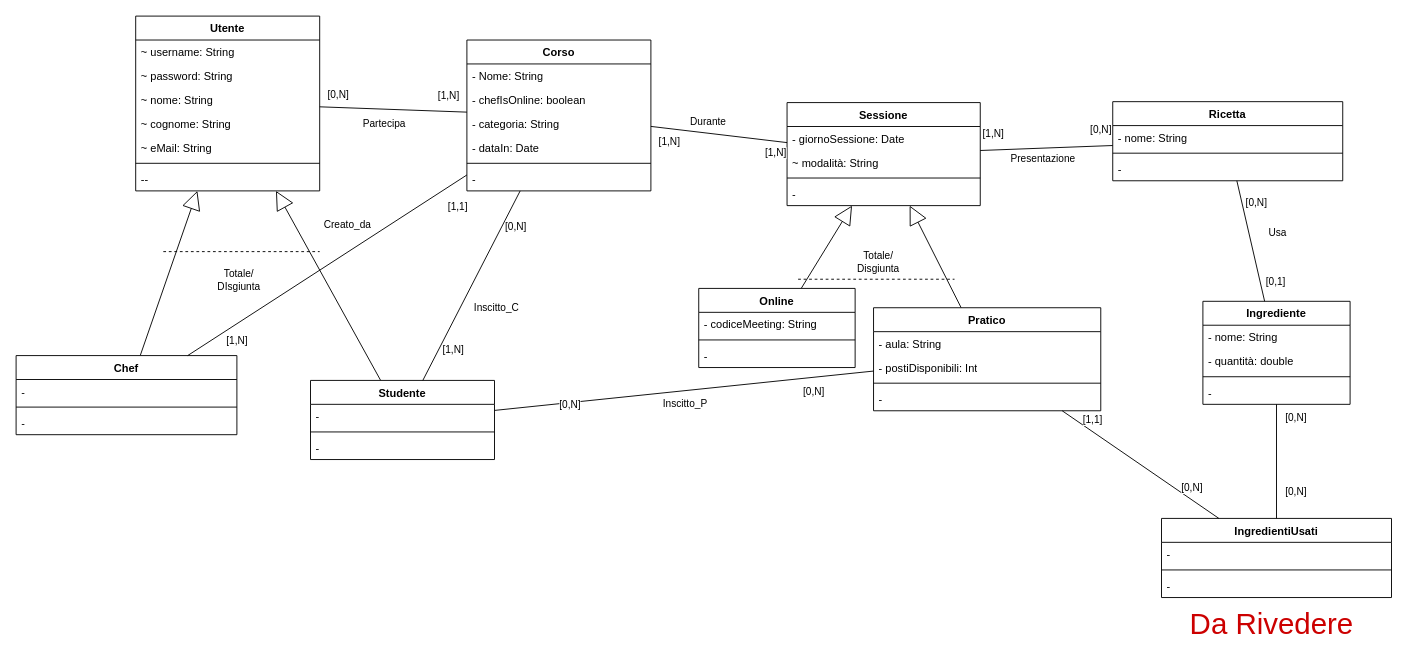
This is page "umlNonRistrutturato" (1 of 3) of bdd/uml/UML1.drawio from MetisWastaken/UninaFoodLab, a draw.io file, before an edit. Source tidied: cells renumbered, new cells numbered last; positions are measured from the earlier drawing's top-left corner, leaving out a move shared by most shapes. Both pictures are drawn from the tidied source at 92%, with x=0, y=0 at pixel (16, 16).
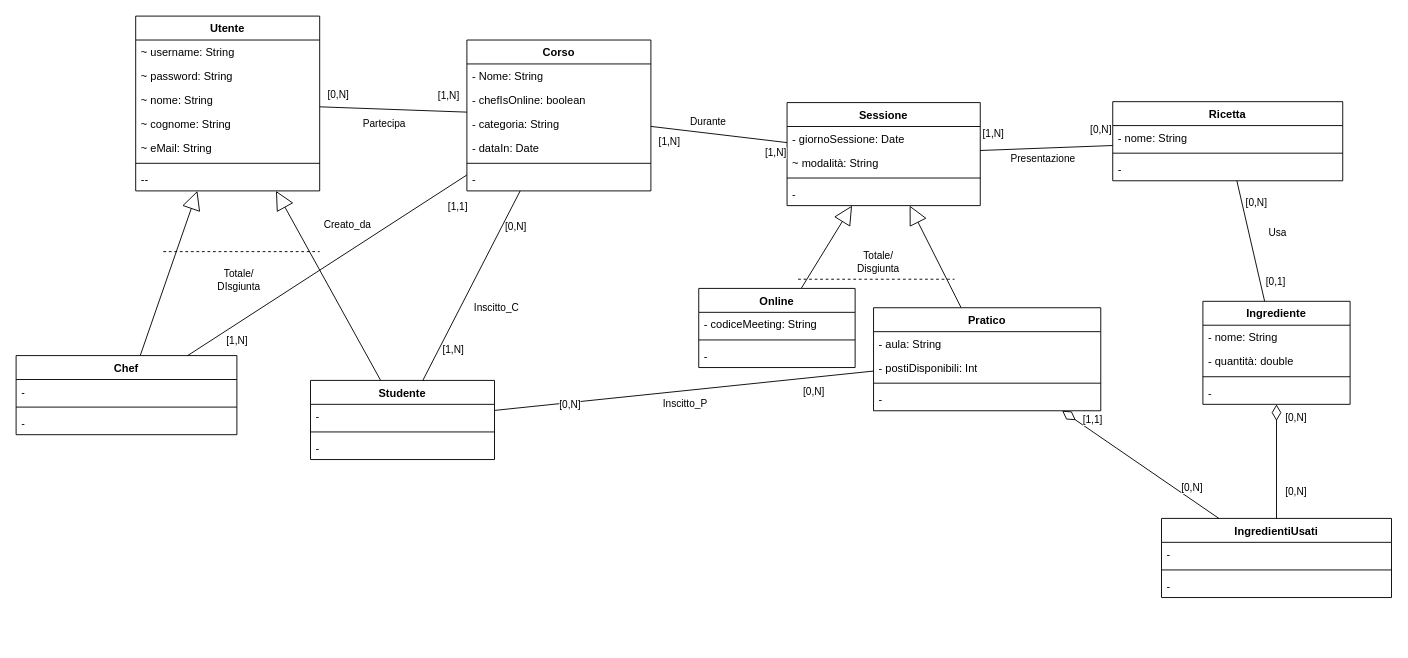
The same diagram, later.

Unchanged cells that the change refers to:
```xml
<mxCell id="37" value="Ingrediente" style="swimlane;align=center;verticalAlign=top;horizontal=1;startSize=26;whiteSpace=wrap;html=1;" parent="1" vertex="1">
  <mxGeometry x="1290" y="310" width="160" height="112" as="geometry" />
</mxCell>
<mxCell id="43" value="Pratico" style="swimlane;align=center;verticalAlign=top;horizontal=1;startSize=26;whiteSpace=wrap;html=1;" parent="1" vertex="1">
  <mxGeometry x="932" y="317" width="247" height="112" as="geometry" />
</mxCell>
<mxCell id="52" value="IngredientiUsati" style="swimlane;align=center;verticalAlign=top;horizontal=1;startSize=26;whiteSpace=wrap;html=1;" parent="1" vertex="1">
  <mxGeometry x="1245" y="546" width="250" height="86" as="geometry" />
</mxCell>
```

What changed in the source:
```diff
@@
-    <mxCell id="84" style="edgeStyle=none;shape=connector;rounded=0;jettySize=auto;html=1;strokeColor=default;strokeWidth=1;align=center;verticalAlign=middle;endArrow=none;endFill=0;endSize=6;" parent="1" edge="1" source="52" target="43">
+    <mxCell id="84" style="edgeStyle=none;shape=connector;rounded=0;jettySize=auto;html=1;strokeColor=default;strokeWidth=1;align=center;verticalAlign=middle;endArrow=diamondThin;endFill=0;endSize=15;" parent="1" edge="1" source="52" target="43">
       <mxGeometry relative="1" as="geometry" />
     </mxCell>
@@
-    <mxCell id="91" style="edgeStyle=none;shape=connector;rounded=0;jettySize=auto;html=1;strokeColor=default;strokeWidth=1;align=center;verticalAlign=middle;endArrow=none;endFill=0;endSize=6;" parent="1" edge="1" source="52" target="37">
+    <mxCell id="91" style="edgeStyle=none;shape=connector;rounded=0;jettySize=auto;html=1;strokeColor=default;strokeWidth=1;align=center;verticalAlign=middle;endArrow=diamondThin;endFill=0;endSize=15;" parent="1" edge="1" source="52" target="37">
       <mxGeometry relative="1" as="geometry" />
     </mxCell>
@@
-    <mxCell id="94" value="&lt;font style=&quot;font-size: 32px;&quot;&gt;Da Rivedere&lt;/font&gt;" style="text;html=1;align=center;verticalAlign=middle;whiteSpace=wrap;rounded=0;fontColor=#CC0000;" parent="1" vertex="1">
-      <mxGeometry x="1240" y="646" width="250" height="30" as="geometry" />
-    </mxCell>
```
